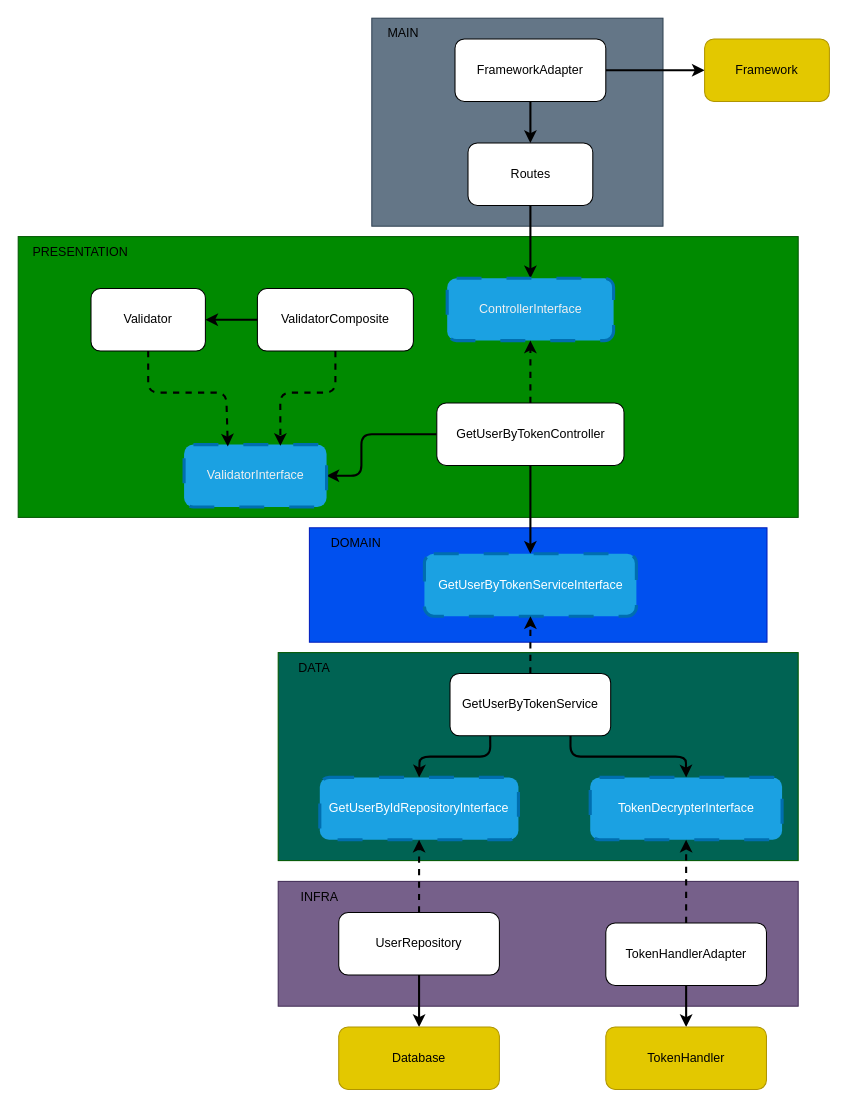
Above: diagrams/get-user-by-token.drawio in DouglasVolcato/node-tdd-clean-architecture (draw.io), before the change. Source tidied: cells renumbered, new cells numbered last; positions are measured from the earlier drawing's top-left corner, leaving out a move shared by most shapes. Both pictures are drawn from the tidied source at 104%, with x=0, y=0 at pixel (18, 18).
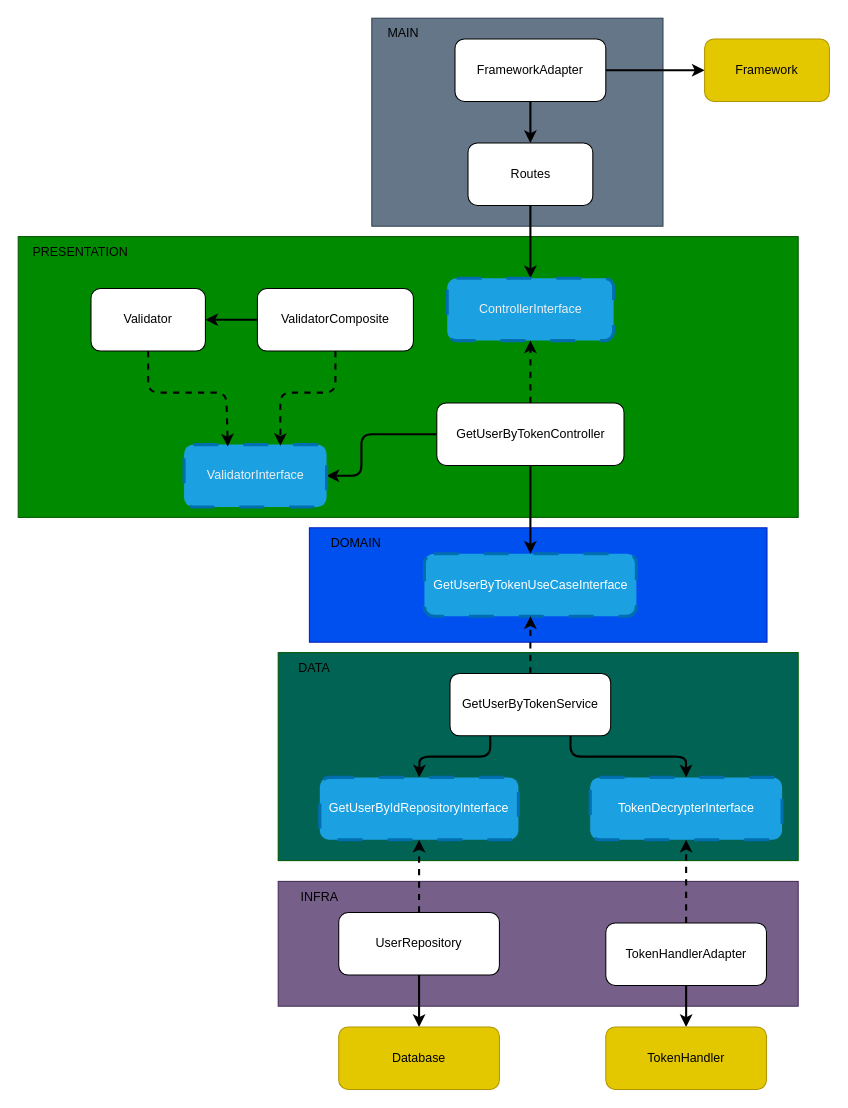
After the change.

Commit message (it also covers changes not shown here):
chore: implement diagrams

Change to the diagram source:
```diff
@@
-    <mxCell id="27" value="GetUserByTokenServiceInterface" style="rounded=1;whiteSpace=wrap;html=1;dashed=1;dashPattern=8 8;strokeWidth=3;fillColor=#1ba1e2;fontColor=#ffffff;strokeColor=#006EAF;" parent="1" vertex="1">
+    <mxCell id="27" value="GetUserByTokenUseCaseInterface" style="rounded=1;whiteSpace=wrap;html=1;dashed=1;dashPattern=8 8;strokeWidth=3;fillColor=#1ba1e2;fontColor=#ffffff;strokeColor=#006EAF;" parent="1" vertex="1">
       <mxGeometry x="390.6" y="515" width="203.8" height="60" as="geometry" />
     </mxCell>
```
